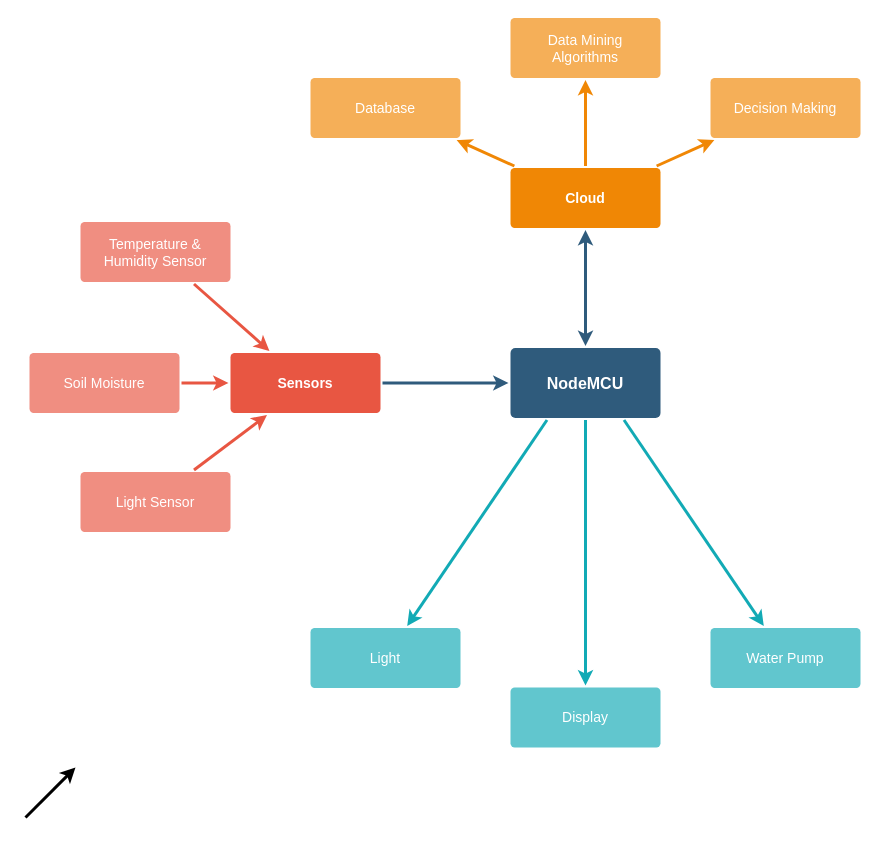
tanvoid0/eco-friend keeps this draw.io diagram as Device/Diagram/Diagram.drawio. Above is the earlier version. Source tidied: cells renumbered, new cells numbered last; positions are measured from the earlier drawing's top-left corner, leaving out a move shared by most shapes. Both pictures are drawn from the tidied source at 100%, with x=0, y=0 at pixel (25, 17).
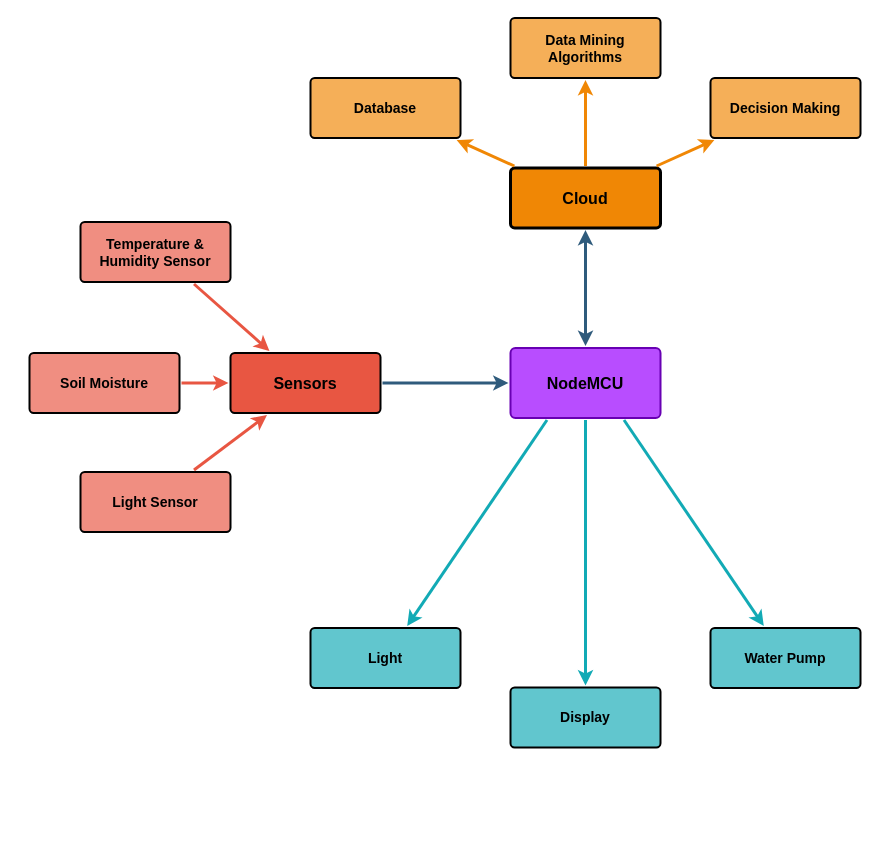
The same diagram, later.

What changed in the source:
```diff
@@
-    <mxCell id="2" value="NodeMCU" style="rounded=1;whiteSpace=wrap;html=1;shadow=0;labelBackgroundColor=none;strokeColor=none;strokeWidth=3;fillColor=#2F5B7C;fontFamily=Helvetica;fontSize=16;fontColor=#FFFFFF;align=center;fontStyle=1;spacing=5;arcSize=7;perimeterSpacing=2;" parent="1" vertex="1">
+    <mxCell id="2" value="NodeMCU" style="rounded=1;whiteSpace=wrap;html=1;shadow=0;labelBackgroundColor=none;strokeColor=#6800B3;strokeWidth=2;fillColor=#B84DFF;fontFamily=Helvetica;fontSize=16;align=center;fontStyle=1;spacing=5;arcSize=7;perimeterSpacing=2;fontColor=#000000;" parent="1" vertex="1">
       <mxGeometry x="485" y="330.5" width="150" height="70" as="geometry" />
     </mxCell>
@@
-    <mxCell id="5" value="Sensors" style="rounded=1;whiteSpace=wrap;html=1;shadow=0;labelBackgroundColor=none;strokeColor=none;strokeWidth=3;fillColor=#e85642;fontFamily=Helvetica;fontSize=14;fontColor=#FFFFFF;align=center;spacing=5;fontStyle=1;arcSize=7;perimeterSpacing=2;" parent="1" vertex="1">
+    <mxCell id="5" value="Sensors" style="rounded=1;whiteSpace=wrap;html=1;shadow=0;labelBackgroundColor=none;strokeColor=#000000;strokeWidth=2;fillColor=#e85642;fontFamily=Helvetica;fontSize=16;fontColor=#000000;align=center;spacing=5;fontStyle=1;arcSize=7;perimeterSpacing=2;" parent="1" vertex="1">
       <mxGeometry x="205" y="335.5" width="150" height="60" as="geometry" />
     </mxCell>
-    <mxCell id="6" value="Light Sensor" style="rounded=1;whiteSpace=wrap;html=1;shadow=0;labelBackgroundColor=none;strokeColor=none;strokeWidth=3;fillColor=#f08e81;fontFamily=Helvetica;fontSize=14;fontColor=#FFFFFF;align=center;spacing=5;fontStyle=0;arcSize=7;perimeterSpacing=2;" parent="1" vertex="1">
+    <mxCell id="6" value="Light Sensor" style="rounded=1;whiteSpace=wrap;html=1;shadow=0;labelBackgroundColor=none;strokeColor=#000000;strokeWidth=2;fillColor=#f08e81;fontFamily=Helvetica;fontSize=14;fontColor=#000000;align=center;spacing=5;fontStyle=1;arcSize=7;perimeterSpacing=2;" parent="1" vertex="1">
       <mxGeometry x="55" y="454.5" width="150" height="60" as="geometry" />
     </mxCell>
-    <mxCell id="7" value="Soil Moisture" style="rounded=1;whiteSpace=wrap;html=1;shadow=0;labelBackgroundColor=none;strokeColor=none;strokeWidth=3;fillColor=#f08e81;fontFamily=Helvetica;fontSize=14;fontColor=#FFFFFF;align=center;spacing=5;fontStyle=0;arcSize=7;perimeterSpacing=2;" parent="1" vertex="1">
+    <mxCell id="7" value="Soil Moisture" style="rounded=1;whiteSpace=wrap;html=1;shadow=0;labelBackgroundColor=none;strokeColor=#000000;strokeWidth=2;fillColor=#f08e81;fontFamily=Helvetica;fontSize=14;fontColor=#000000;align=center;spacing=5;fontStyle=1;arcSize=7;perimeterSpacing=2;" parent="1" vertex="1">
       <mxGeometry x="4" y="335.5" width="150" height="60" as="geometry" />
     </mxCell>
-    <mxCell id="8" value="Temperature &amp;amp; Humidity Sensor" style="rounded=1;whiteSpace=wrap;html=1;shadow=0;labelBackgroundColor=none;strokeColor=none;strokeWidth=3;fillColor=#f08e81;fontFamily=Helvetica;fontSize=14;fontColor=#FFFFFF;align=center;spacing=5;fontStyle=0;arcSize=7;perimeterSpacing=2;" parent="1" vertex="1">
+    <mxCell id="8" value="Temperature &amp;amp; Humidity Sensor" style="rounded=1;whiteSpace=wrap;html=1;shadow=0;labelBackgroundColor=none;strokeColor=#000000;strokeWidth=2;fillColor=#f08e81;fontFamily=Helvetica;fontSize=14;fontColor=#000000;align=center;spacing=5;fontStyle=1;arcSize=7;perimeterSpacing=2;" parent="1" vertex="1">
       <mxGeometry x="55" y="204.5" width="150" height="60" as="geometry" />
     </mxCell>
-    <mxCell id="9" value="Cloud" style="rounded=1;whiteSpace=wrap;html=1;shadow=0;labelBackgroundColor=none;strokeColor=none;strokeWidth=3;fillColor=#F08705;fontFamily=Helvetica;fontSize=14;fontColor=#FFFFFF;align=center;spacing=5;fontStyle=1;arcSize=7;perimeterSpacing=2;" parent="1" vertex="1">
+    <mxCell id="9" value="Cloud" style="rounded=1;whiteSpace=wrap;html=1;shadow=0;labelBackgroundColor=none;strokeColor=#000000;strokeWidth=3;fillColor=#F08705;fontFamily=Helvetica;fontSize=16;fontColor=#000000;align=center;spacing=5;fontStyle=1;arcSize=7;perimeterSpacing=2;" parent="1" vertex="1">
       <mxGeometry x="485" y="150.5" width="150" height="60" as="geometry" />
     </mxCell>
-    <mxCell id="10" value="Decision Making" style="rounded=1;whiteSpace=wrap;html=1;shadow=0;labelBackgroundColor=none;strokeColor=none;strokeWidth=3;fillColor=#f5af58;fontFamily=Helvetica;fontSize=14;fontColor=#FFFFFF;align=center;spacing=5;arcSize=7;perimeterSpacing=2;" parent="1" vertex="1">
+    <mxCell id="10" value="Decision Making" style="rounded=1;whiteSpace=wrap;html=1;shadow=0;labelBackgroundColor=none;strokeColor=#000000;strokeWidth=2;fillColor=#f5af58;fontFamily=Helvetica;fontSize=14;fontColor=#000000;align=center;spacing=5;arcSize=7;perimeterSpacing=2;fontStyle=1;" parent="1" vertex="1">
       <mxGeometry x="685" y="60.5" width="150" height="60" as="geometry" />
     </mxCell>
@@
-    <mxCell id="12" value="Data Mining Algorithms" style="rounded=1;whiteSpace=wrap;html=1;shadow=0;labelBackgroundColor=none;strokeColor=none;strokeWidth=3;fillColor=#f5af58;fontFamily=Helvetica;fontSize=14;fontColor=#FFFFFF;align=center;spacing=5;arcSize=7;perimeterSpacing=2;" parent="1" vertex="1">
+    <mxCell id="12" value="Data Mining Algorithms" style="rounded=1;whiteSpace=wrap;html=1;shadow=0;labelBackgroundColor=none;strokeColor=#000000;strokeWidth=2;fillColor=#f5af58;fontFamily=Helvetica;fontSize=14;fontColor=#000000;align=center;spacing=5;arcSize=7;perimeterSpacing=2;fontStyle=1;" parent="1" vertex="1">
       <mxGeometry x="485" y="0.5" width="150" height="60" as="geometry" />
     </mxCell>
@@
-    <mxCell id="14" value="Database" style="rounded=1;whiteSpace=wrap;html=1;shadow=0;labelBackgroundColor=none;strokeColor=none;strokeWidth=3;fillColor=#f5af58;fontFamily=Helvetica;fontSize=14;fontColor=#FFFFFF;align=center;spacing=5;arcSize=7;perimeterSpacing=2;" parent="1" vertex="1">
+    <mxCell id="14" value="Database" style="rounded=1;whiteSpace=wrap;html=1;shadow=0;labelBackgroundColor=none;strokeColor=#000000;strokeWidth=2;fillColor=#f5af58;fontFamily=Helvetica;fontSize=14;fontColor=#000000;align=center;spacing=5;arcSize=7;perimeterSpacing=2;fontStyle=1;" parent="1" vertex="1">
       <mxGeometry x="285" y="60.5" width="150" height="60" as="geometry" />
     </mxCell>
@@
-    <mxCell id="16" value="Light" style="rounded=1;whiteSpace=wrap;html=1;shadow=0;labelBackgroundColor=none;strokeColor=none;strokeWidth=3;fillColor=#61c6ce;fontFamily=Helvetica;fontSize=14;fontColor=#FFFFFF;align=center;spacing=5;fontStyle=0;arcSize=7;perimeterSpacing=2;" parent="1" vertex="1">
+    <mxCell id="16" value="Light" style="rounded=1;whiteSpace=wrap;html=1;shadow=0;labelBackgroundColor=none;strokeColor=#000000;strokeWidth=2;fillColor=#61c6ce;fontFamily=Helvetica;fontSize=14;fontColor=#000000;align=center;spacing=5;fontStyle=1;arcSize=7;perimeterSpacing=2;" parent="1" vertex="1">
       <mxGeometry x="285" y="610.5" width="150" height="60" as="geometry" />
     </mxCell>
@@
-    <mxCell id="18" value="Water Pump" style="rounded=1;whiteSpace=wrap;html=1;shadow=0;labelBackgroundColor=none;strokeColor=none;strokeWidth=3;fillColor=#61c6ce;fontFamily=Helvetica;fontSize=14;fontColor=#FFFFFF;align=center;spacing=5;fontStyle=0;arcSize=7;perimeterSpacing=2;" parent="1" vertex="1">
+    <mxCell id="18" value="Water Pump" style="rounded=1;whiteSpace=wrap;html=1;shadow=0;labelBackgroundColor=none;strokeColor=#000000;strokeWidth=2;fillColor=#61c6ce;fontFamily=Helvetica;fontSize=14;fontColor=#000000;align=center;spacing=5;fontStyle=1;arcSize=7;perimeterSpacing=2;" parent="1" vertex="1">
       <mxGeometry x="685" y="610.5" width="150" height="60" as="geometry" />
     </mxCell>
@@
-    <mxCell id="21" style="endArrow=classic;html=1;strokeWidth=3;" parent="1" edge="1">
-      <mxGeometry relative="1" as="geometry">
-        <mxPoint y="800" as="sourcePoint" />
-        <mxPoint x="50" y="750" as="targetPoint" />
-      </mxGeometry>
-    </mxCell>
@@
-    <mxCell id="24" value="&lt;div&gt;Display&lt;/div&gt;" style="rounded=1;whiteSpace=wrap;html=1;shadow=0;labelBackgroundColor=none;strokeColor=none;strokeWidth=3;fillColor=#61c6ce;fontFamily=Helvetica;fontSize=14;fontColor=#FFFFFF;align=center;spacing=5;fontStyle=0;arcSize=7;perimeterSpacing=2;" parent="1" vertex="1">
+    <mxCell id="24" value="&lt;div&gt;Display&lt;/div&gt;" style="rounded=1;whiteSpace=wrap;html=1;shadow=0;labelBackgroundColor=none;strokeColor=#000000;strokeWidth=2;fillColor=#61c6ce;fontFamily=Helvetica;fontSize=14;fontColor=#000000;align=center;spacing=5;fontStyle=1;arcSize=7;perimeterSpacing=2;" parent="1" vertex="1">
       <mxGeometry x="485" y="670" width="150" height="60" as="geometry" />
     </mxCell>
```
